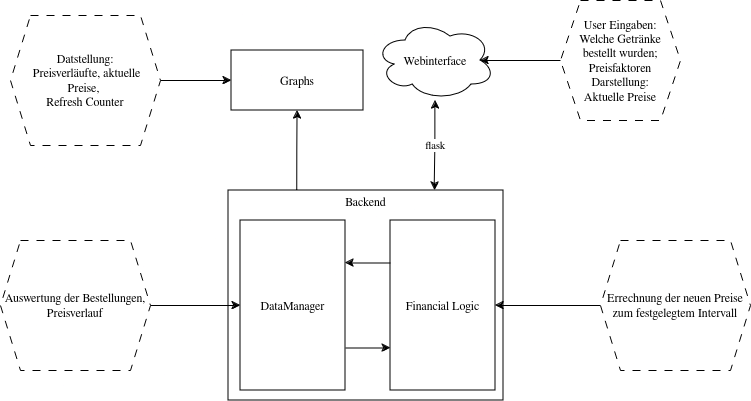
The draw.io diagram architecture.drawio.png in Bushty/stelli-bierboerse, before a commit. Source tidied: cells renumbered, new cells last; positions are measured from the earlier drawing's top-left corner, leaving out a move shared by most shapes. The source it was exported from:
```xml
<mxGraphModel background="#FFFFFF">
  <root>
    <mxCell id="0" />
    <mxCell id="1" parent="0" />
    <mxCell id="2" value="&lt;div align=&quot;center&quot;&gt;Backend&lt;/div&gt;&lt;div align=&quot;center&quot;&gt;&lt;br&gt;&lt;/div&gt;&lt;div align=&quot;center&quot;&gt;&lt;br&gt;&lt;/div&gt;&lt;div align=&quot;center&quot;&gt;&lt;br&gt;&lt;/div&gt;&lt;div align=&quot;center&quot;&gt;&lt;br&gt;&lt;/div&gt;&lt;div align=&quot;center&quot;&gt;&lt;br&gt;&lt;/div&gt;&lt;div align=&quot;center&quot;&gt;&lt;br&gt;&lt;/div&gt;&lt;div align=&quot;center&quot;&gt;&lt;br&gt;&lt;/div&gt;&lt;div align=&quot;center&quot;&gt;&lt;br&gt;&lt;/div&gt;&lt;div align=&quot;center&quot;&gt;&lt;br&gt;&lt;/div&gt;&lt;div align=&quot;center&quot;&gt;&lt;br&gt;&lt;/div&gt;&lt;div align=&quot;center&quot;&gt;&lt;br&gt;&lt;/div&gt;&lt;div align=&quot;center&quot;&gt;&lt;br&gt;&lt;/div&gt;&lt;div align=&quot;center&quot;&gt;&lt;br&gt;&lt;/div&gt;" style="rounded=0;whiteSpace=wrap;html=1;align=center;" parent="1" vertex="1">
      <mxGeometry x="228" y="190" width="275" height="210" as="geometry" />
    </mxCell>
    <mxCell id="3" value="flask" style="edgeStyle=orthogonalEdgeStyle;rounded=0;jettySize=auto;html=1;entryX=0.75;entryY=0;entryDx=0;entryDy=0;startArrow=classic;startFill=1;" parent="1" edge="1" source="4" target="2">
      <mxGeometry relative="1" as="geometry" />
    </mxCell>
    <mxCell id="4" value="Webinterface" style="ellipse;shape=cloud;whiteSpace=wrap;html=1;" parent="1" vertex="1">
      <mxGeometry x="375" y="20" width="120" height="80" as="geometry" />
    </mxCell>
    <mxCell id="5" value="&lt;div&gt;User Eingaben:&lt;/div&gt;&lt;div&gt;Welche Getränke bestellt wurden; Preisfaktoren&lt;br&gt;&lt;/div&gt;&lt;div&gt;Darstellung:&lt;/div&gt;&lt;div&gt;Aktuelle Preise&lt;br&gt;&lt;/div&gt;" style="shape=hexagon;perimeter=hexagonPerimeter2;whiteSpace=wrap;html=1;fixedSize=1;dashed=1;dashPattern=8 8;" parent="1" vertex="1">
      <mxGeometry x="560" width="120" height="120" as="geometry" />
    </mxCell>
    <mxCell id="6" style="rounded=0;jettySize=auto;html=1;entryX=0.875;entryY=0.5;entryDx=0;entryDy=0;entryPerimeter=0;strokeColor=default;exitX=0;exitY=0.5;exitDx=0;exitDy=0;" parent="1" edge="1" source="5" target="4">
      <mxGeometry relative="1" as="geometry" />
    </mxCell>
    <mxCell id="7" style="edgeStyle=orthogonalEdgeStyle;rounded=0;jettySize=auto;html=1;entryX=0;entryY=0.75;entryDx=0;entryDy=0;exitX=1;exitY=0.75;exitDx=0;exitDy=0;" parent="1" edge="1" source="8" target="10">
      <mxGeometry relative="1" as="geometry" />
    </mxCell>
    <mxCell id="8" value="DataManager" style="rounded=0;whiteSpace=wrap;html=1;" parent="1" vertex="1">
      <mxGeometry x="240" y="220" width="105" height="170" as="geometry" />
    </mxCell>
    <mxCell id="9" style="edgeStyle=orthogonalEdgeStyle;rounded=0;jettySize=auto;html=1;entryX=1;entryY=0.25;entryDx=0;entryDy=0;exitX=0;exitY=0.25;exitDx=0;exitDy=0;" parent="1" edge="1" source="10" target="8">
      <mxGeometry relative="1" as="geometry" />
    </mxCell>
    <mxCell id="10" value="Financial Logic" style="rounded=0;whiteSpace=wrap;html=1;" parent="1" vertex="1">
      <mxGeometry x="390" y="220" width="105" height="170" as="geometry" />
    </mxCell>
    <mxCell id="11" style="edgeStyle=orthogonalEdgeStyle;rounded=0;jettySize=auto;html=1;exitX=0.25;exitY=0;exitDx=0;exitDy=0;" parent="1" edge="1" source="2" target="12">
      <mxGeometry relative="1" as="geometry" />
    </mxCell>
    <mxCell id="12" value="Graphs" style="rounded=0;whiteSpace=wrap;html=1;" parent="1" vertex="1">
      <mxGeometry x="231" y="50" width="132" height="60" as="geometry" />
    </mxCell>
    <mxCell id="13" style="edgeStyle=orthogonalEdgeStyle;rounded=0;jettySize=auto;html=1;entryX=0;entryY=0.5;entryDx=0;entryDy=0;" parent="1" edge="1" source="14" target="12">
      <mxGeometry relative="1" as="geometry" />
    </mxCell>
    <mxCell id="14" value="&lt;div&gt;Datstellung:&lt;/div&gt;&lt;div&gt;&amp;nbsp;Preisverläufte, aktuelle Preise,&amp;nbsp;&lt;/div&gt;&lt;div&gt;Refresh Counter&lt;/div&gt;" style="shape=hexagon;perimeter=hexagonPerimeter2;whiteSpace=wrap;html=1;fixedSize=1;strokeColor=default;dashed=1;dashPattern=8 8;" parent="1" vertex="1">
      <mxGeometry x="10" y="15" width="150" height="130" as="geometry" />
    </mxCell>
    <mxCell id="15" style="edgeStyle=orthogonalEdgeStyle;rounded=0;jettySize=auto;html=1;entryX=0;entryY=0.5;entryDx=0;entryDy=0;" parent="1" edge="1" source="16" target="8">
      <mxGeometry relative="1" as="geometry" />
    </mxCell>
    <mxCell id="16" value="&lt;div&gt;Auswertung der Bestellungen,&lt;/div&gt;&lt;div&gt;Preisverlauf&lt;br&gt;&lt;/div&gt;" style="shape=hexagon;perimeter=hexagonPerimeter2;whiteSpace=wrap;html=1;fixedSize=1;strokeColor=default;dashed=1;dashPattern=8 8;" parent="1" vertex="1">
      <mxGeometry y="240" width="150" height="130" as="geometry" />
    </mxCell>
    <mxCell id="17" style="edgeStyle=orthogonalEdgeStyle;rounded=0;jettySize=auto;html=1;entryX=1;entryY=0.5;entryDx=0;entryDy=0;" parent="1" edge="1" source="18" target="10">
      <mxGeometry relative="1" as="geometry" />
    </mxCell>
    <mxCell id="18" value="Errechnung der neuen Preise zum festgelegtem Intervall" style="shape=hexagon;perimeter=hexagonPerimeter2;whiteSpace=wrap;html=1;fixedSize=1;strokeColor=default;dashed=1;dashPattern=8 8;" parent="1" vertex="1">
      <mxGeometry x="600" y="240" width="150" height="130" as="geometry" />
    </mxCell>
  </root>
</mxGraphModel>
```
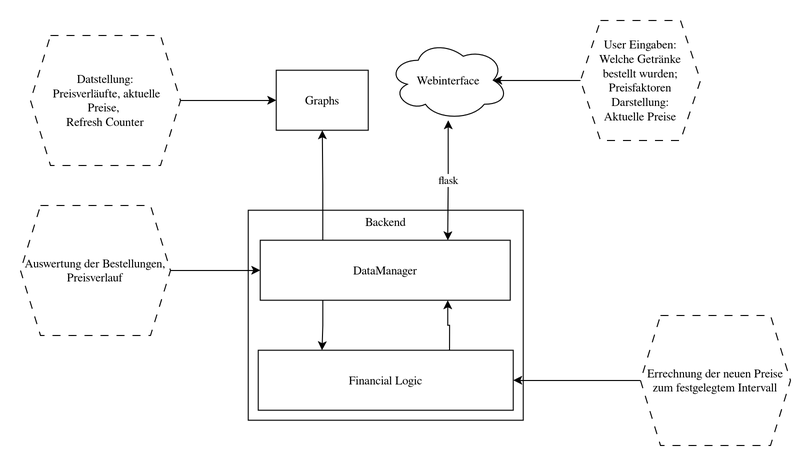
The same file after the commit.

Commit message:
architecture color Update

Diff of the diagram source:
```diff
@@ -5,11 +5,11 @@
     <mxCell id="2" value="&lt;div align=&quot;center&quot;&gt;Backend&lt;/div&gt;&lt;div align=&quot;center&quot;&gt;&lt;br&gt;&lt;/div&gt;&lt;div align=&quot;center&quot;&gt;&lt;br&gt;&lt;/div&gt;&lt;div align=&quot;center&quot;&gt;&lt;br&gt;&lt;/div&gt;&lt;div align=&quot;center&quot;&gt;&lt;br&gt;&lt;/div&gt;&lt;div align=&quot;center&quot;&gt;&lt;br&gt;&lt;/div&gt;&lt;div align=&quot;center&quot;&gt;&lt;br&gt;&lt;/div&gt;&lt;div align=&quot;center&quot;&gt;&lt;br&gt;&lt;/div&gt;&lt;div align=&quot;center&quot;&gt;&lt;br&gt;&lt;/div&gt;&lt;div align=&quot;center&quot;&gt;&lt;br&gt;&lt;/div&gt;&lt;div align=&quot;center&quot;&gt;&lt;br&gt;&lt;/div&gt;&lt;div align=&quot;center&quot;&gt;&lt;br&gt;&lt;/div&gt;&lt;div align=&quot;center&quot;&gt;&lt;br&gt;&lt;/div&gt;&lt;div align=&quot;center&quot;&gt;&lt;br&gt;&lt;/div&gt;" style="rounded=0;whiteSpace=wrap;html=1;align=center;" parent="1" vertex="1">
       <mxGeometry x="228" y="190" width="275" height="210" as="geometry" />
     </mxCell>
-    <mxCell id="3" value="flask" style="edgeStyle=orthogonalEdgeStyle;rounded=0;jettySize=auto;html=1;entryX=0.75;entryY=0;entryDx=0;entryDy=0;startArrow=classic;startFill=1;" parent="1" edge="1" source="4" target="2">
+    <mxCell id="3" value="flask" style="edgeStyle=orthogonalEdgeStyle;rounded=0;jettySize=auto;html=1;entryX=0.75;entryY=0;entryDx=0;entryDy=0;startArrow=classic;startFill=1;" parent="1" edge="1" source="4" target="8">
       <mxGeometry relative="1" as="geometry" />
     </mxCell>
     <mxCell id="4" value="Webinterface" style="ellipse;shape=cloud;whiteSpace=wrap;html=1;" parent="1" vertex="1">
-      <mxGeometry x="375" y="20" width="120" height="80" as="geometry" />
+      <mxGeometry x="368" y="20" width="120" height="80" as="geometry" />
     </mxCell>
     <mxCell id="5" value="&lt;div&gt;User Eingaben:&lt;/div&gt;&lt;div&gt;Welche Getränke bestellt wurden; Preisfaktoren&lt;br&gt;&lt;/div&gt;&lt;div&gt;Darstellung:&lt;/div&gt;&lt;div&gt;Aktuelle Preise&lt;br&gt;&lt;/div&gt;" style="shape=hexagon;perimeter=hexagonPerimeter2;whiteSpace=wrap;html=1;fixedSize=1;dashed=1;dashPattern=8 8;" parent="1" vertex="1">
       <mxGeometry x="560" width="120" height="120" as="geometry" />
@@ -17,23 +17,23 @@
     <mxCell id="6" style="rounded=0;jettySize=auto;html=1;entryX=0.875;entryY=0.5;entryDx=0;entryDy=0;entryPerimeter=0;strokeColor=default;exitX=0;exitY=0.5;exitDx=0;exitDy=0;" parent="1" edge="1" source="5" target="4">
       <mxGeometry relative="1" as="geometry" />
     </mxCell>
-    <mxCell id="7" style="edgeStyle=orthogonalEdgeStyle;rounded=0;jettySize=auto;html=1;entryX=0;entryY=0.75;entryDx=0;entryDy=0;exitX=1;exitY=0.75;exitDx=0;exitDy=0;" parent="1" edge="1" source="8" target="10">
+    <mxCell id="7" style="edgeStyle=orthogonalEdgeStyle;rounded=0;jettySize=auto;html=1;entryX=0.25;entryY=0;entryDx=0;entryDy=0;exitX=0.25;exitY=1;exitDx=0;exitDy=0;" parent="1" edge="1" source="8" target="10">
       <mxGeometry relative="1" as="geometry" />
     </mxCell>
     <mxCell id="8" value="DataManager" style="rounded=0;whiteSpace=wrap;html=1;" parent="1" vertex="1">
-      <mxGeometry x="240" y="220" width="105" height="170" as="geometry" />
+      <mxGeometry x="240" y="220" width="250" height="60" as="geometry" />
     </mxCell>
-    <mxCell id="9" style="edgeStyle=orthogonalEdgeStyle;rounded=0;jettySize=auto;html=1;entryX=1;entryY=0.25;entryDx=0;entryDy=0;exitX=0;exitY=0.25;exitDx=0;exitDy=0;" parent="1" edge="1" source="10" target="8">
+    <mxCell id="9" style="edgeStyle=orthogonalEdgeStyle;rounded=0;jettySize=auto;html=1;entryX=0.75;entryY=1;entryDx=0;entryDy=0;exitX=0.75;exitY=0;exitDx=0;exitDy=0;" parent="1" edge="1" source="10" target="8">
       <mxGeometry relative="1" as="geometry" />
     </mxCell>
     <mxCell id="10" value="Financial Logic" style="rounded=0;whiteSpace=wrap;html=1;" parent="1" vertex="1">
-      <mxGeometry x="390" y="220" width="105" height="170" as="geometry" />
+      <mxGeometry x="238" y="330" width="255" height="60" as="geometry" />
     </mxCell>
-    <mxCell id="11" style="edgeStyle=orthogonalEdgeStyle;rounded=0;jettySize=auto;html=1;exitX=0.25;exitY=0;exitDx=0;exitDy=0;" parent="1" edge="1" source="2" target="12">
+    <mxCell id="11" style="edgeStyle=orthogonalEdgeStyle;rounded=0;jettySize=auto;html=1;exitX=0.25;exitY=0;exitDx=0;exitDy=0;" parent="1" edge="1" source="8" target="12">
       <mxGeometry relative="1" as="geometry" />
     </mxCell>
     <mxCell id="12" value="Graphs" style="rounded=0;whiteSpace=wrap;html=1;" parent="1" vertex="1">
-      <mxGeometry x="231" y="50" width="132" height="60" as="geometry" />
+      <mxGeometry x="256" y="50" width="92" height="60" as="geometry" />
     </mxCell>
     <mxCell id="13" style="edgeStyle=orthogonalEdgeStyle;rounded=0;jettySize=auto;html=1;entryX=0;entryY=0.5;entryDx=0;entryDy=0;" parent="1" edge="1" source="14" target="12">
       <mxGeometry relative="1" as="geometry" />
@@ -45,13 +45,13 @@
       <mxGeometry relative="1" as="geometry" />
     </mxCell>
     <mxCell id="16" value="&lt;div&gt;Auswertung der Bestellungen,&lt;/div&gt;&lt;div&gt;Preisverlauf&lt;br&gt;&lt;/div&gt;" style="shape=hexagon;perimeter=hexagonPerimeter2;whiteSpace=wrap;html=1;fixedSize=1;strokeColor=default;dashed=1;dashPattern=8 8;" parent="1" vertex="1">
-      <mxGeometry y="240" width="150" height="130" as="geometry" />
+      <mxGeometry y="185" width="150" height="130" as="geometry" />
     </mxCell>
     <mxCell id="17" style="edgeStyle=orthogonalEdgeStyle;rounded=0;jettySize=auto;html=1;entryX=1;entryY=0.5;entryDx=0;entryDy=0;" parent="1" edge="1" source="18" target="10">
       <mxGeometry relative="1" as="geometry" />
     </mxCell>
     <mxCell id="18" value="Errechnung der neuen Preise zum festgelegtem Intervall" style="shape=hexagon;perimeter=hexagonPerimeter2;whiteSpace=wrap;html=1;fixedSize=1;strokeColor=default;dashed=1;dashPattern=8 8;" parent="1" vertex="1">
-      <mxGeometry x="600" y="240" width="150" height="130" as="geometry" />
+      <mxGeometry x="620" y="295" width="150" height="130" as="geometry" />
     </mxCell>
   </root>
 </mxGraphModel>
```
